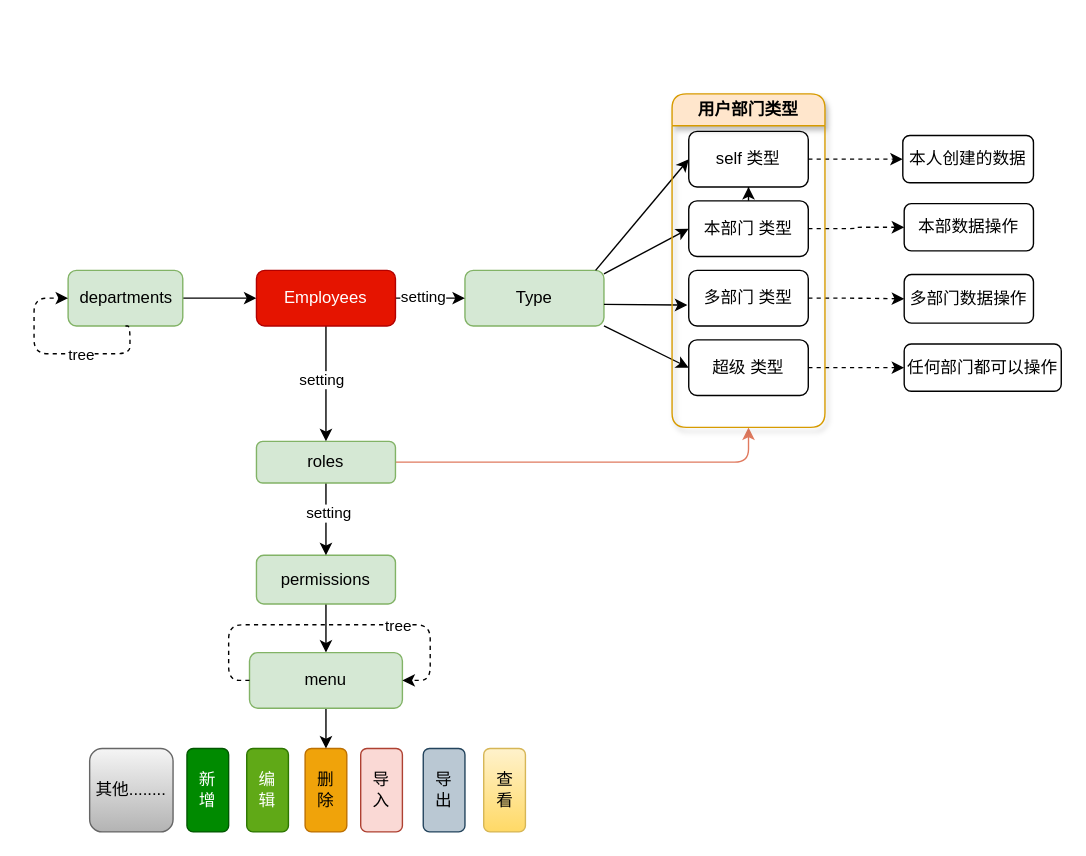
Before: 未命名绘图.drawio in romon-liangbo/BusinessPartner, a draw.io diagram. Source tidied: cells renumbered, new cells numbered last; positions are measured from the earlier drawing's top-left corner, leaving out a move shared by most shapes. Both pictures are drawn from the tidied source at 139%, with x=0, y=0 at pixel (33, 93).
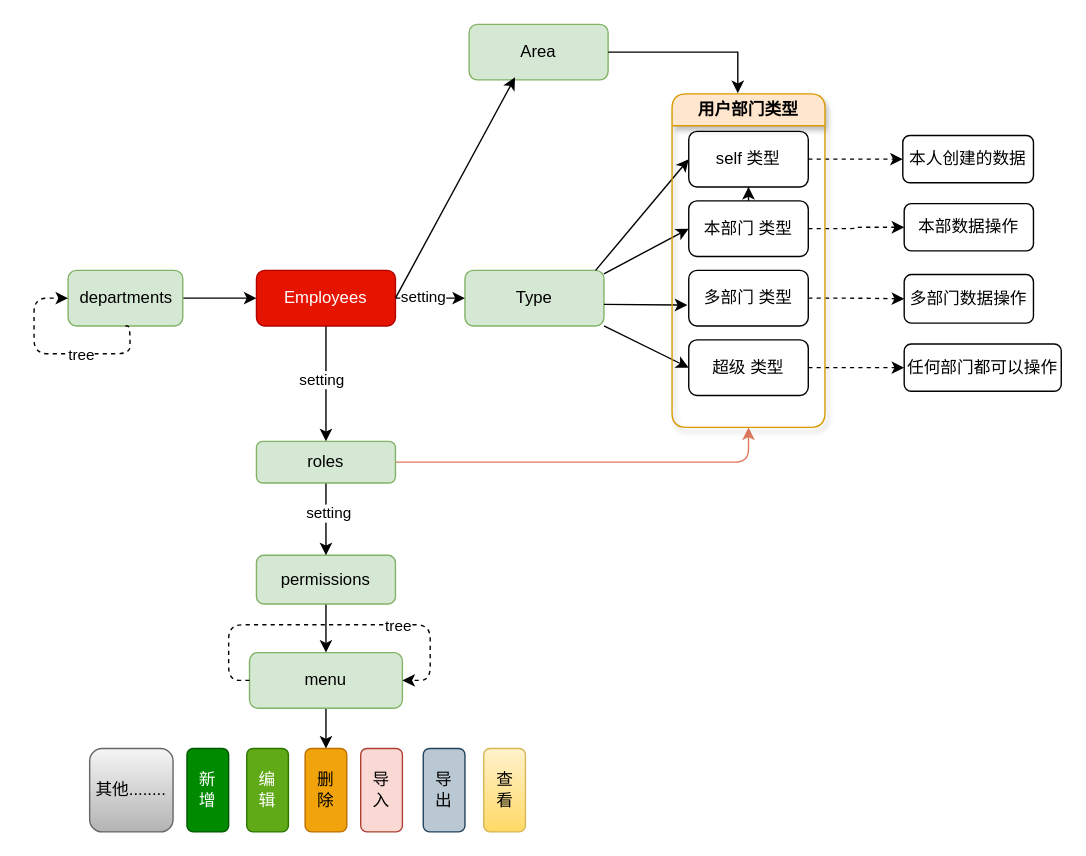
Above is the later version.

Commit message:
更新未命名绘图.drawio

Unchanged cells that the change refers to:
```xml
<mxCell id="40" value="Employees" style="whiteSpace=wrap;html=1;rounded=1;fillColor=#e51400;fontColor=#ffffff;strokeColor=#B20000;" parent="1" vertex="1">
  <mxGeometry x="160" y="127" width="100" height="40" as="geometry" />
</mxCell>
<mxCell id="45" value="用户部门类型" style="swimlane;whiteSpace=wrap;html=1;fillColor=#ffe6cc;strokeColor=#d79b00;rounded=1;glass=0;shadow=1;" parent="1" vertex="1">
  <mxGeometry x="459" width="110" height="240" as="geometry" />
</mxCell>
```

Change to the diagram source:
```diff
@@
+    <mxCell id="47" value="Area" style="whiteSpace=wrap;html=1;rounded=1;fillColor=#d5e8d4;strokeColor=#82b366;" parent="1" vertex="1">
+      <mxGeometry x="313" y="-50" width="100" height="40" as="geometry" />
+    </mxCell>
+    <mxCell id="48" style="edgeStyle=orthogonalEdgeStyle;rounded=0;jettySize=auto;html=1;entryX=0.43;entryY=-0.002;entryDx=0;entryDy=0;entryPerimeter=0;" parent="1" edge="1" source="47" target="45">
+      <mxGeometry relative="1" as="geometry" />
+    </mxCell>
+    <mxCell id="49" style="endArrow=classic;html=1;rounded=0;entryX=0.33;entryY=0.954;entryDx=0;entryDy=0;entryPerimeter=0;exitX=1;exitY=0.5;exitDx=0;exitDy=0;" parent="1" edge="1" source="40" target="47">
+      <mxGeometry relative="1" as="geometry" />
+    </mxCell>
```
